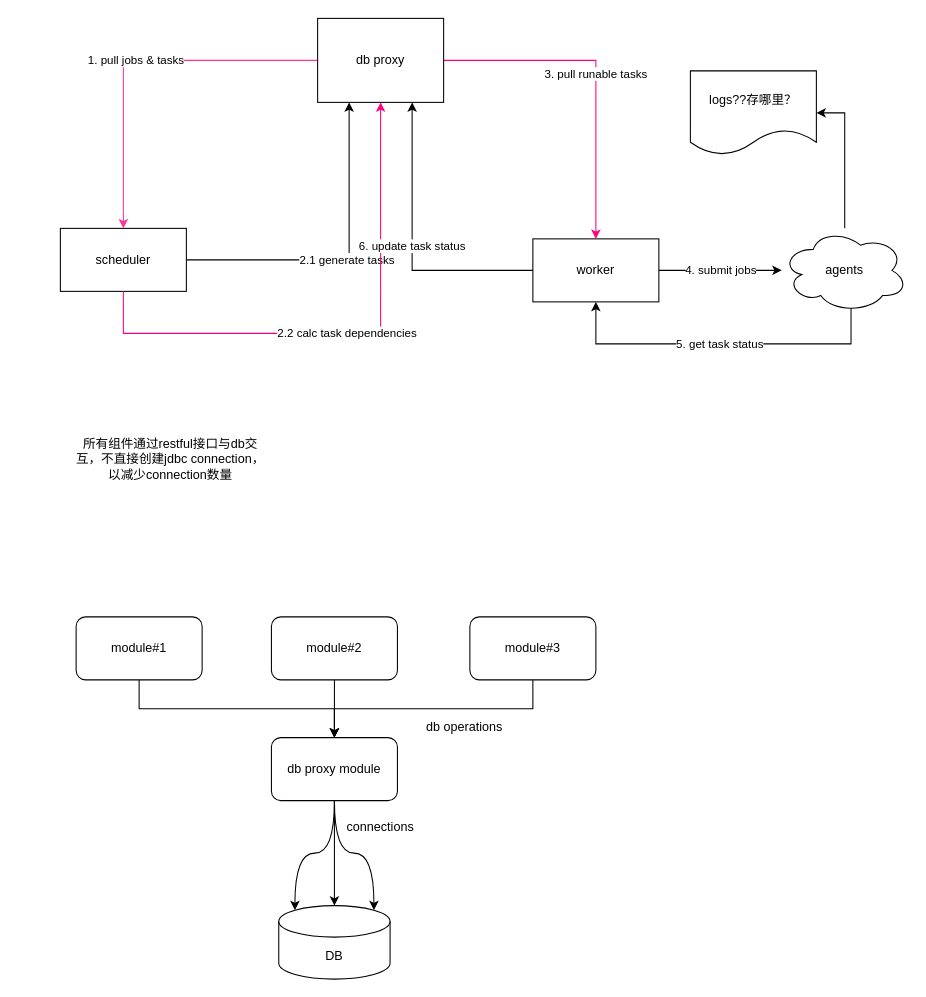
gabrywu/drawio-dag keeps this draw.io diagram as page "arch design#2" (5 of 5) of simple-scheduler.drawio. Above is the earlier version. Source tidied: cells renumbered, new cells numbered last; positions are measured from the earlier drawing's top-left corner, leaving out a move shared by most shapes. Both pictures are drawn from the tidied source at 105%, with x=0, y=0 at pixel (60, 18).
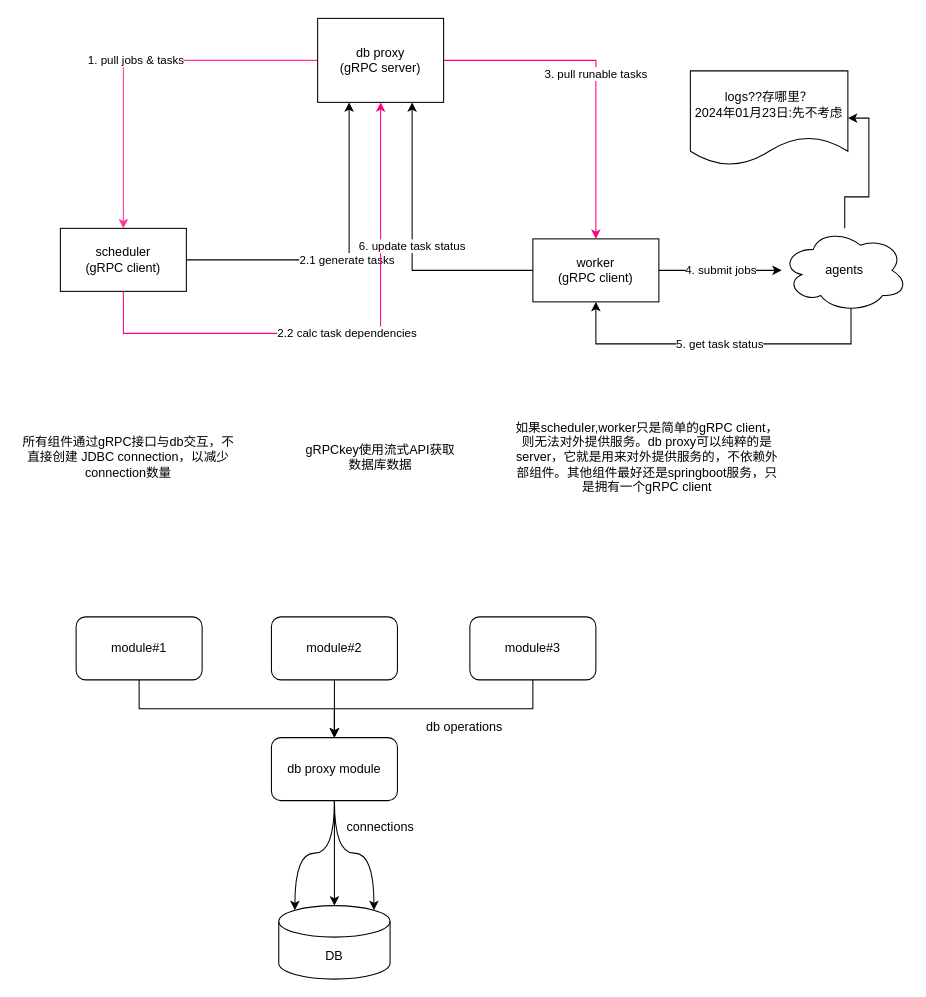
After the change.

What changed in the source:
```diff
@@
-    <mxCell id="2" value="scheduler" style="rounded=0;whiteSpace=wrap;html=1;" parent="1" vertex="1">
+    <mxCell id="2" value="scheduler&lt;br&gt;(gRPC client)" style="rounded=0;whiteSpace=wrap;html=1;" parent="1" vertex="1">
       <mxGeometry y="200" width="120" height="60" as="geometry" />
     </mxCell>
@@
-    <mxCell id="7" value="worker" style="rounded=0;whiteSpace=wrap;html=1;" parent="1" vertex="1">
+    <mxCell id="7" value="worker&lt;br&gt;(gRPC client)" style="rounded=0;whiteSpace=wrap;html=1;" parent="1" vertex="1">
       <mxGeometry x="450" y="210" width="120" height="60" as="geometry" />
     </mxCell>
@@
-    <mxCell id="12" value="所有组件通过restful接口与db交互，不直接创建jdbc connection，以减少connection数量" style="text;html=1;strokeColor=none;fillColor=none;align=center;verticalAlign=middle;whiteSpace=wrap;rounded=0;" parent="1" vertex="1">
-      <mxGeometry x="10" y="382.5" width="190" height="75" as="geometry" />
+    <mxCell id="12" value="所有组件通过gRPC接口与db交互，不直接创建 JDBC connection，以减少connection数量" style="text;html=1;strokeColor=none;fillColor=none;align=center;verticalAlign=middle;whiteSpace=wrap;rounded=0;" parent="1" vertex="1">
+      <mxGeometry x="-40" y="380" width="210" height="75" as="geometry" />
     </mxCell>
@@
-    <mxCell id="26" value="db proxy" style="rounded=0;whiteSpace=wrap;html=1;align=center;verticalAlign=middle;" parent="1" vertex="1">
+    <mxCell id="26" value="db proxy&lt;br&gt;(gRPC server)" style="rounded=0;whiteSpace=wrap;html=1;align=center;verticalAlign=middle;" parent="1" vertex="1">
       <mxGeometry x="245" width="120" height="80" as="geometry" />
     </mxCell>
-    <mxCell id="27" value="logs??存哪里？" style="shape=document;whiteSpace=wrap;html=1;boundedLbl=1;" parent="1" vertex="1">
-      <mxGeometry x="600" y="50" width="120" height="80" as="geometry" />
+    <mxCell id="27" value="logs??存哪里？&lt;br&gt;2024年01月23日:先不考虑" style="shape=document;whiteSpace=wrap;html=1;boundedLbl=1;" parent="1" vertex="1">
+      <mxGeometry x="600" y="50" width="150" height="90" as="geometry" />
     </mxCell>
@@
+    <mxCell id="29" value="gRPCkey使用流式API获取数据库数据" style="text;html=1;strokeColor=none;fillColor=none;align=center;verticalAlign=middle;whiteSpace=wrap;rounded=0;" parent="1" vertex="1">
+      <mxGeometry x="227" y="394" width="156" height="47" as="geometry" />
+    </mxCell>
+    <mxCell id="30" value="如果scheduler,worker只是简单的gRPC client，则无法对外提供服务。db proxy可以纯粹的是server，它就是用来对外提供服务的，不依赖外部组件。其他组件最好还是springboot服务，只是拥有一个gRPC client" style="text;html=1;strokeColor=none;fillColor=none;align=center;verticalAlign=middle;whiteSpace=wrap;rounded=0;" parent="1" vertex="1">
+      <mxGeometry x="431" y="369.5" width="256" height="96" as="geometry" />
+    </mxCell>
```
